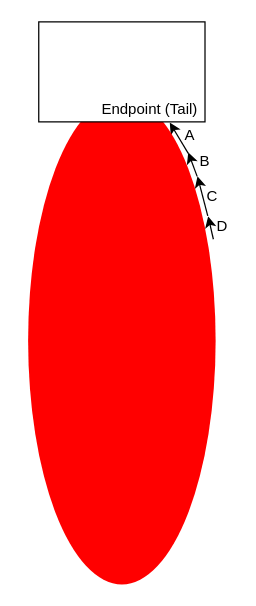
Above: images/simple/tail_tangent_approx.drawio in visioncortex/ShapeSense (draw.io), before the change. Source tidied: cells renumbered, new cells numbered last; positions are measured from the earlier drawing's top-left corner, leaving out a move shared by most shapes. Both pictures are drawn from the tidied source at 125%, with x=0, y=0 at pixel (28, 21).
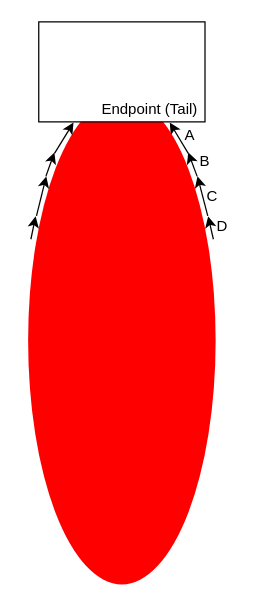
Above is the later version.

What changed in the source:
```diff
@@
+    <mxCell id="13" style="endArrow=classic;html=1;rounded=0;exitX=0.834;exitY=0.116;exitDx=0;exitDy=0;exitPerimeter=0;entryX=0.687;entryY=1.032;entryDx=0;entryDy=0;entryPerimeter=0;" parent="1" edge="1">
+      <mxGeometry relative="1" as="geometry">
+        <mxPoint x="21.1" y="105.2" as="sourcePoint" />
+        <mxPoint x="36.3" y="80.6" as="targetPoint" />
+      </mxGeometry>
+    </mxCell>
+    <mxCell id="14" style="endArrow=classic;html=1;rounded=0;entryX=0.834;entryY=0.114;entryDx=0;entryDy=0;entryPerimeter=0;exitX=0.881;exitY=0.163;exitDx=0;exitDy=0;exitPerimeter=0;" parent="1" edge="1">
+      <mxGeometry relative="1" as="geometry">
+        <mxPoint x="14.2" y="123.6" as="sourcePoint" />
+        <mxPoint x="21" y="104.5" as="targetPoint" />
+      </mxGeometry>
+    </mxCell>
+    <mxCell id="15" style="endArrow=classic;html=1;rounded=0;entryX=0.883;entryY=0.163;entryDx=0;entryDy=0;entryPerimeter=0;exitX=0.938;exitY=0.244;exitDx=0;exitDy=0;exitPerimeter=0;" parent="1" edge="1">
+      <mxGeometry relative="1" as="geometry">
+        <mxPoint x="6.7" y="155.2" as="sourcePoint" />
+        <mxPoint x="14.5" y="123.6" as="targetPoint" />
+      </mxGeometry>
+    </mxCell>
+    <mxCell id="16" style="endArrow=classic;html=1;rounded=0;entryX=0.94;entryY=0.245;entryDx=0;entryDy=0;entryPerimeter=0;exitX=0.968;exitY=0.292;exitDx=0;exitDy=0;exitPerimeter=0;" parent="1" edge="1">
+      <mxGeometry relative="1" as="geometry">
+        <mxPoint x="2.2" y="173.9" as="sourcePoint" />
+        <mxPoint x="6" y="155.6" as="targetPoint" />
+      </mxGeometry>
+    </mxCell>
```
